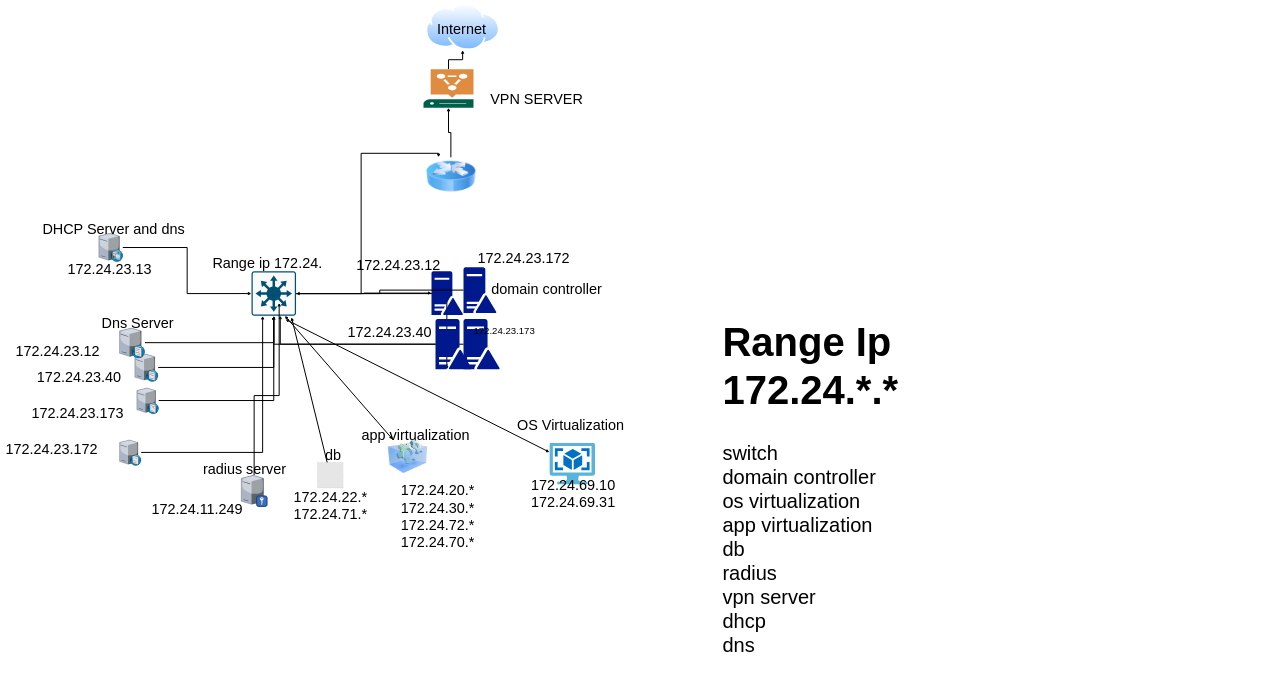
Above: Untitled Diagram.drawio in Otraq/Quiz (draw.io), before the change. Source tidied: cells renumbered, new cells numbered last; positions are measured from the earlier drawing's top-left corner, leaving out a move shared by most shapes. Both pictures are drawn from the tidied source at 20%, with x=0, y=0 at pixel (3, 3). Pictures stored in the file or linked from it are replaced by grey dashed boxes.
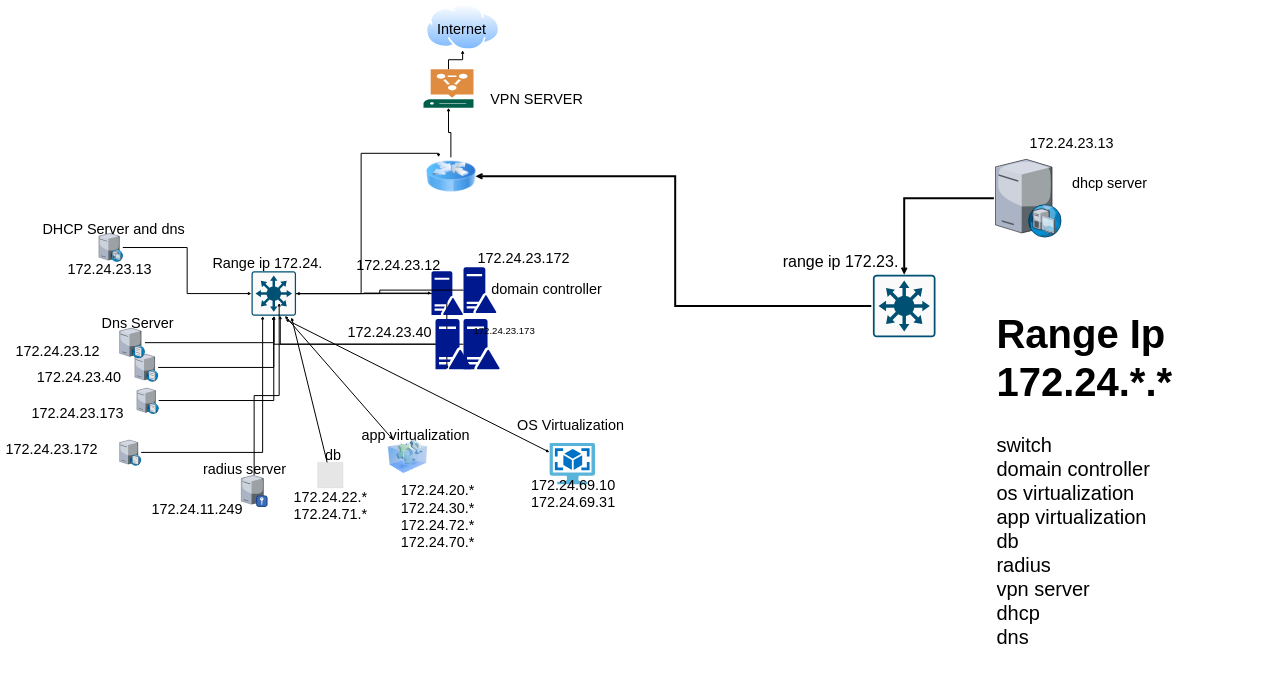
The same page after the edit.

Unchanged cells that the change refers to:
```xml
<mxCell id="52" style="image;html=1;image=img/lib/clip_art/networking/Router_Icon_128x128.png;strokeWidth=5;" parent="1" vertex="1">
  <mxGeometry x="2113.7" y="769" width="246.3" height="190" as="geometry" />
</mxCell>
```

The edit, as a diff of the source:
```diff
@@
     <mxCell id="60" value="&lt;h1&gt;Range Ip 172.24.*.*&lt;/h1&gt;&lt;div&gt;switch&lt;/div&gt;&lt;div&gt;domain controller&amp;nbsp;&lt;/div&gt;&lt;div&gt;os virtualization&amp;nbsp;&lt;/div&gt;&lt;div&gt;app virtualization&amp;nbsp;&lt;/div&gt;&lt;div&gt;db&amp;nbsp;&lt;/div&gt;&lt;div&gt;radius&amp;nbsp;&lt;/div&gt;&lt;div&gt;vpn server&lt;/div&gt;&lt;div&gt;dhcp&lt;/div&gt;&lt;div&gt;dns&lt;/div&gt;" style="text;html=1;strokeColor=none;fillColor=default;spacing=5;spacingTop=-20;whiteSpace=wrap;overflow=hidden;rounded=0;fontSize=100;strokeWidth=5;" parent="1" vertex="1">
-      <mxGeometry x="3590" y="1449" width="1410" height="1880" as="geometry" />
+      <mxGeometry x="4960" y="1409" width="1410" height="1880" as="geometry" />
     </mxCell>
+    <mxCell id="61" style="edgeStyle=orthogonalEdgeStyle;rounded=0;jettySize=auto;html=1;entryX=0.5;entryY=0;entryDx=0;entryDy=0;entryPerimeter=0;endArrow=open;startSize=14;endSize=14;sourcePerimeterSpacing=8;targetPerimeterSpacing=8;strokeWidth=10;" parent="1" edge="1" source="62" target="64">
+      <mxGeometry relative="1" as="geometry" />
+    </mxCell>
+    <mxCell id="62" style="verticalLabelPosition=bottom;sketch=0;html=1;verticalAlign=top;strokeColor=none;align=center;outlineConnect=0;shape=mxgraph.citrix.dhcp_server;hachureGap=4;" parent="1" vertex="1">
+      <mxGeometry x="4960" y="779" width="329.3" height="390" as="geometry" />
+    </mxCell>
+    <mxCell id="63" style="edgeStyle=orthogonalEdgeStyle;rounded=0;jettySize=auto;html=1;entryX=1;entryY=0.5;entryDx=0;entryDy=0;endArrow=open;startSize=14;endSize=14;sourcePerimeterSpacing=8;targetPerimeterSpacing=8;strokeWidth=10;" parent="1" edge="1" source="64" target="52">
+      <mxGeometry relative="1" as="geometry" />
+    </mxCell>
+    <mxCell id="64" style="sketch=0;points=[[0.015,0.015,0],[0.985,0.015,0],[0.985,0.985,0],[0.015,0.985,0],[0.25,0,0],[0.5,0,0],[0.75,0,0],[1,0.25,0],[1,0.5,0],[1,0.75,0],[0.75,1,0],[0.5,1,0],[0.25,1,0],[0,0.75,0],[0,0.5,0],[0,0.25,0]];verticalLabelPosition=bottom;html=1;verticalAlign=top;align=center;shape=mxgraph.cisco19.rect;prIcon=l3_switch;fillColor=#FAFAFA;strokeColor=#005073;hachureGap=4;" parent="1" vertex="1">
+      <mxGeometry x="4347" y="1356" width="313" height="313" as="geometry" />
+    </mxCell>
+    <mxCell id="65" value="&lt;font style=&quot;font-size: 72px&quot;&gt;dhcp server&lt;/font&gt;" style="text;html=1;align=center;verticalAlign=middle;strokeColor=none;fillColor=none;" parent="1" vertex="1">
+      <mxGeometry x="5335" y="879" width="390" height="40" as="geometry" />
+    </mxCell>
+    <mxCell id="66" value="&lt;font style=&quot;font-size: 80px&quot;&gt;range ip 172.23.&lt;/font&gt;" style="text;html=1;align=center;verticalAlign=middle;strokeColor=none;fillColor=none;fontSize=80;" parent="1" vertex="1">
+      <mxGeometry x="3890" y="1239" width="590" height="100" as="geometry" />
+    </mxCell>
+    <mxCell id="67" value="&lt;font style=&quot;font-size: 72px&quot;&gt;172.24.23.13&lt;/font&gt;" style="text;html=1;align=center;verticalAlign=middle;strokeColor=none;fillColor=none;" parent="1" vertex="1">
+      <mxGeometry x="5120" y="679" width="440" height="40" as="geometry" />
+    </mxCell>
```
